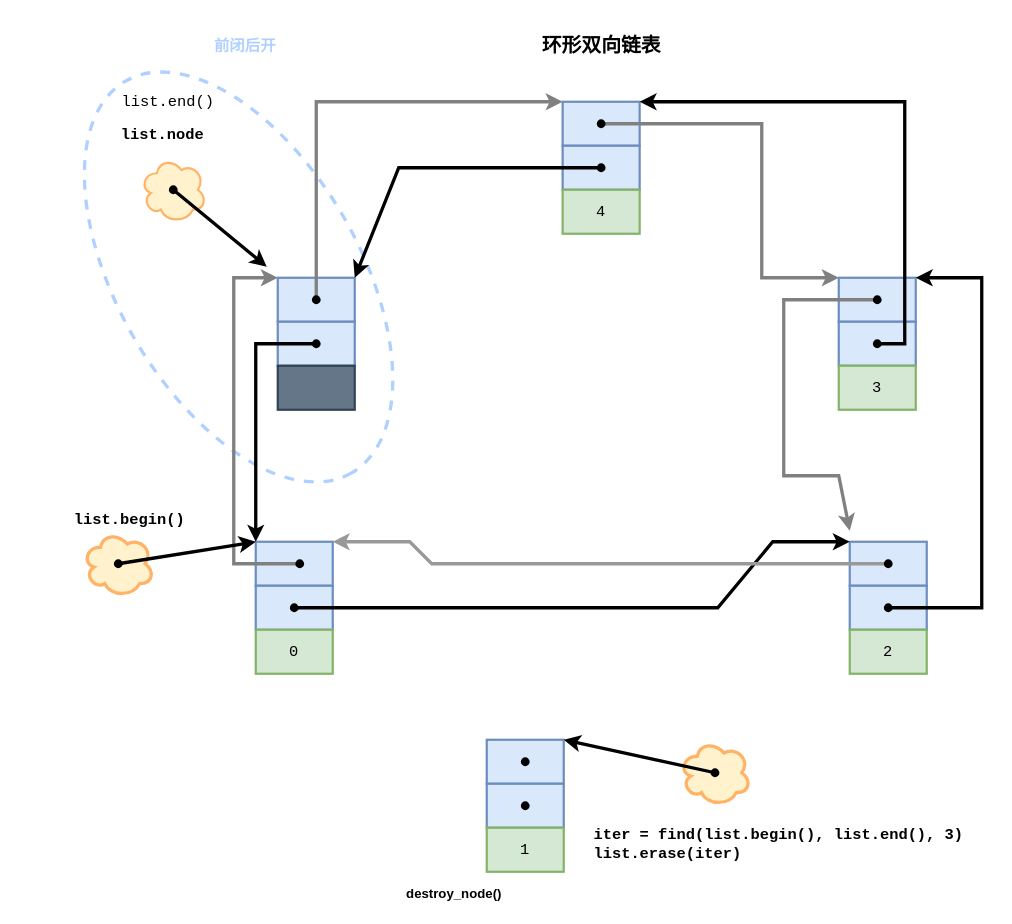
JoyChenNo1/JoyChenNo1.github.io keeps this draw.io diagram as public/img/STL/list-erase.drawio. Above is the earlier version. Source tidied: cells renumbered, new cells numbered last; positions are measured from the earlier drawing's top-left corner, leaving out a move shared by most shapes. Both pictures are drawn from the tidied source at 110%, with x=0, y=0 at pixel (12, 35).
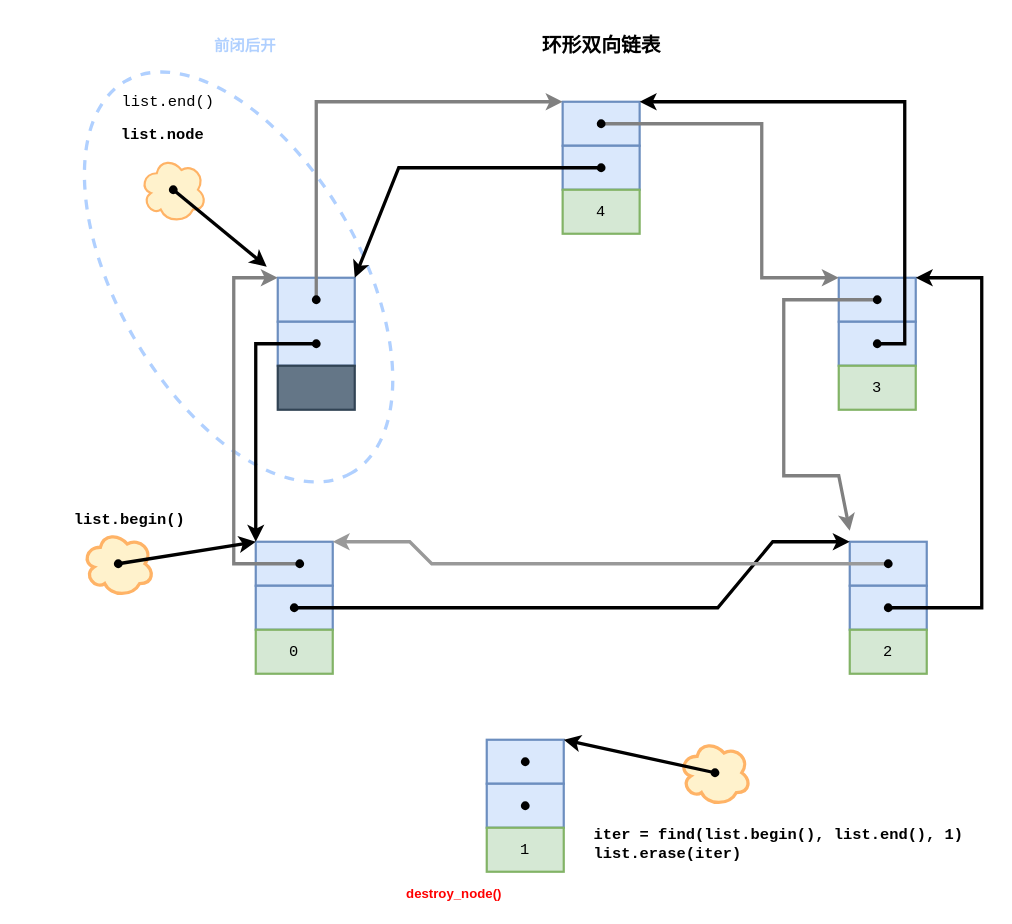
Above is the later version.

Diff of the diagram source:
```diff
@@
-    <mxCell id="57" value="&lt;div style=&quot;text-align: left&quot;&gt;&lt;b style=&quot;font-size: 14px ; font-family: &amp;#34;courier new&amp;#34;&quot;&gt;iter = find(list.begin(), list.end(), 3)&lt;/b&gt;&lt;/div&gt;&lt;font style=&quot;font-size: 14px&quot; face=&quot;Courier New&quot;&gt;&lt;div style=&quot;text-align: left&quot;&gt;&lt;b&gt;list.erase(iter)&lt;/b&gt;&lt;/div&gt;&lt;/font&gt;" style="text;html=1;align=center;verticalAlign=middle;strokeColor=none;" parent="1" vertex="1">
+    <mxCell id="57" value="&lt;div style=&quot;text-align: left&quot;&gt;&lt;b style=&quot;font-size: 14px ; font-family: &amp;#34;courier new&amp;#34;&quot;&gt;iter = find(list.begin(), list.end(), 1)&lt;/b&gt;&lt;/div&gt;&lt;font style=&quot;font-size: 14px&quot; face=&quot;Courier New&quot;&gt;&lt;div style=&quot;text-align: left&quot;&gt;&lt;b&gt;list.erase(iter)&lt;/b&gt;&lt;/div&gt;&lt;/font&gt;" style="text;html=1;align=center;verticalAlign=middle;strokeColor=none;" parent="1" vertex="1">
       <mxGeometry x="521" y="720" width="350" height="30" as="geometry" />
     </mxCell>
-    <mxCell id="58" value="&lt;b&gt;destroy_node()&lt;/b&gt;" style="text;html=1;align=center;verticalAlign=middle;strokeColor=none;" parent="1" vertex="1">
+    <mxCell id="58" value="&lt;b&gt;&lt;font color=&quot;#ff0000&quot;&gt;destroy_node()&lt;/font&gt;&lt;/b&gt;" style="text;html=1;align=center;verticalAlign=middle;strokeColor=none;" parent="1" vertex="1">
       <mxGeometry x="351" y="770" width="100" height="20" as="geometry" />
     </mxCell>
```
